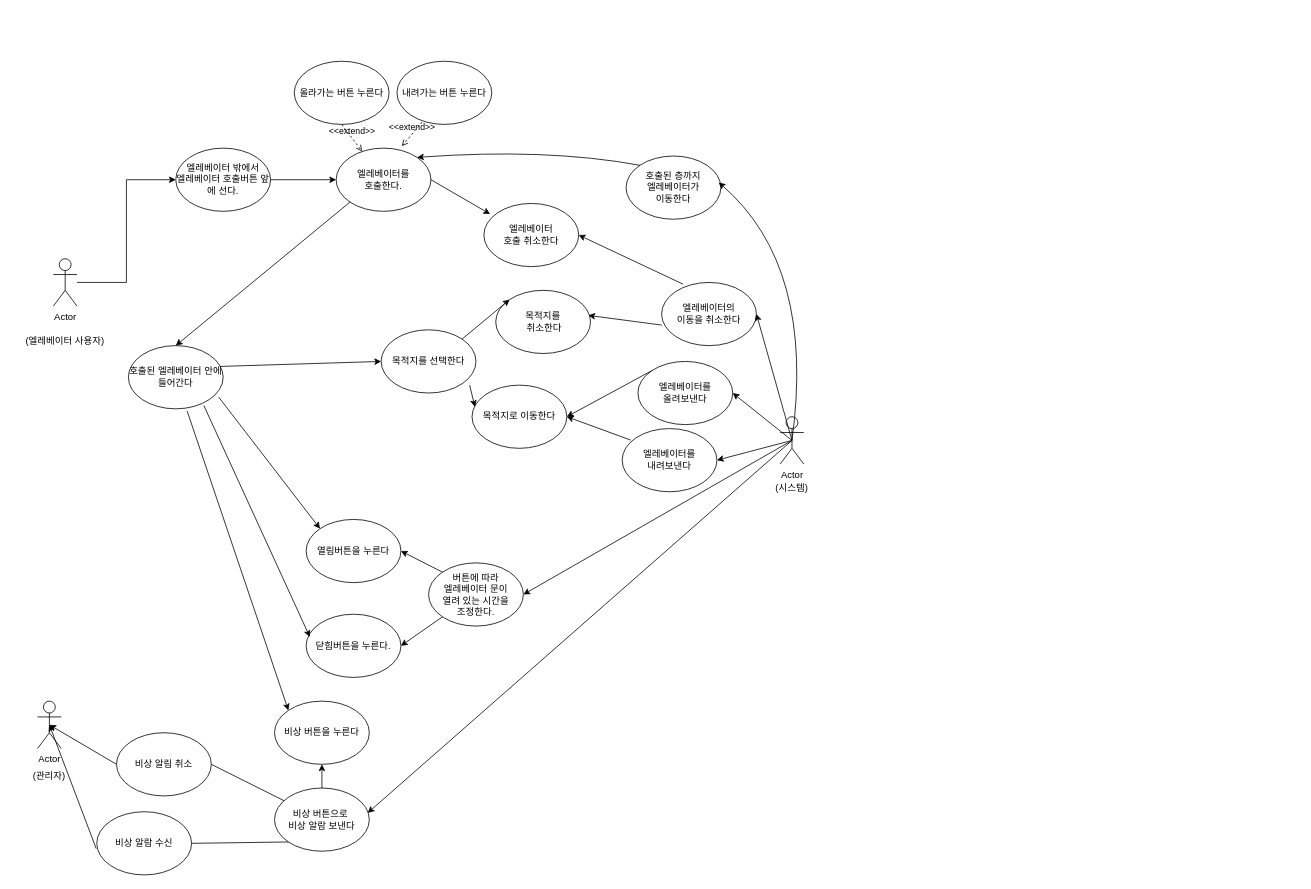
Above: 엘레베이터 요구사항(수정).drawio in doit0/usecase-diagram (draw.io), before the change. Source tidied: cells renumbered, new cells numbered last; positions are measured from the earlier drawing's top-left corner, leaving out a move shared by most shapes. Both pictures are drawn from the tidied source at 79%, with x=0, y=0 at pixel (13, 61).
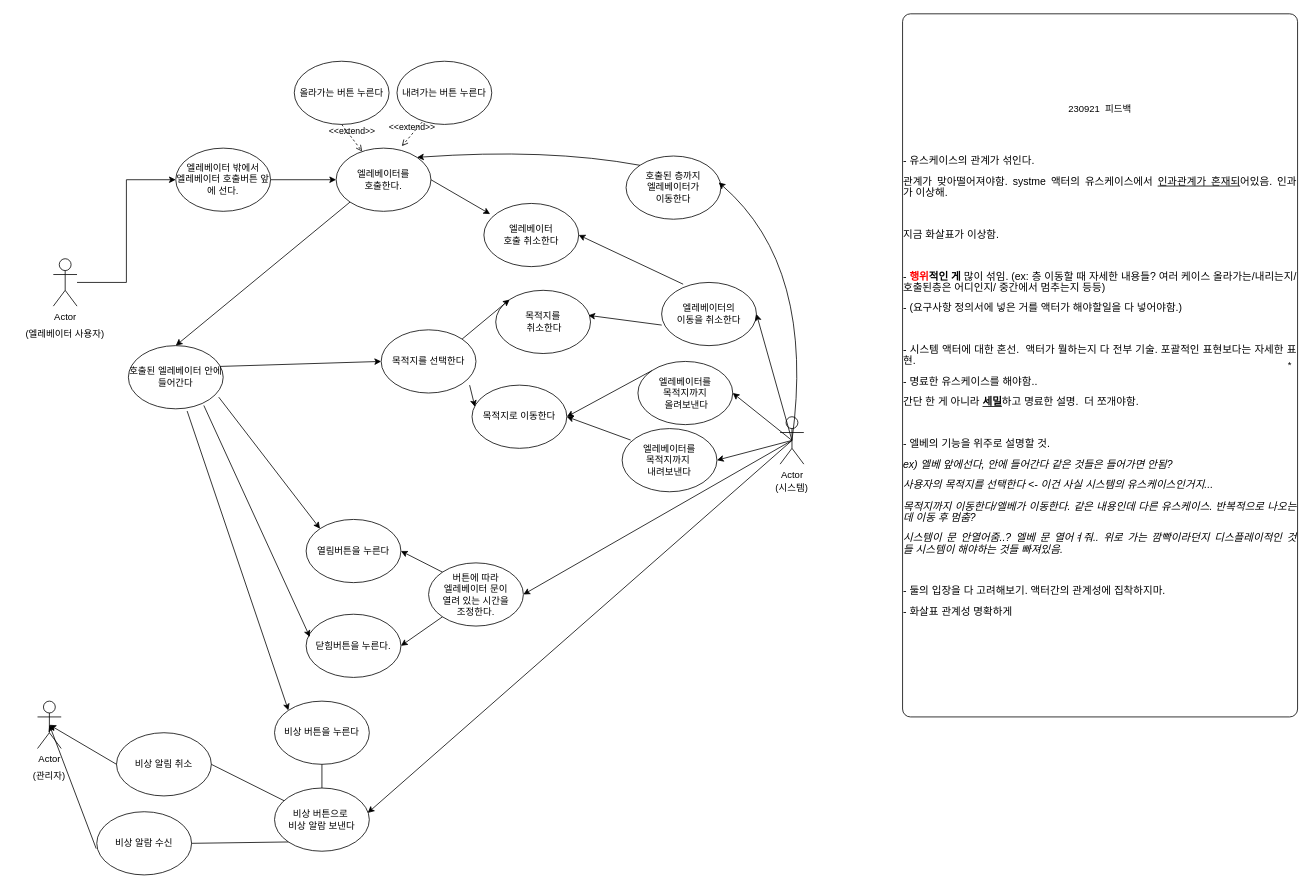
Above is the later version.

Commit message:
엘레베이터 요구사항(수정).drawio 업데이트

The change refers to these unchanged cells:
```xml
<mxCell id="14" value="비상 버튼으로&amp;nbsp;&lt;br&gt;비상 알람 보낸다" style="ellipse;whiteSpace=wrap;html=1;" parent="1" vertex="1">
  <mxGeometry x="330" y="920" width="120" height="80" as="geometry" />
</mxCell>
<mxCell id="34" value="비상 버튼을 누른다" style="ellipse;whiteSpace=wrap;html=1;" parent="1" vertex="1">
  <mxGeometry x="330" y="810" width="120" height="80" as="geometry" />
</mxCell>
```

The edit, as a diff of the source:
```diff
@@
     <mxCell id="16" value="(엘레베이터 사용자)" style="text;html=1;strokeColor=none;fillColor=none;align=center;verticalAlign=middle;whiteSpace=wrap;rounded=0;" parent="1" vertex="1">
-      <mxGeometry y="330" width="130" height="50" as="geometry" />
+      <mxGeometry y="320" width="130" height="50" as="geometry" />
     </mxCell>
@@
-    <mxCell id="28" value="엘레베이터를&lt;br&gt;올려보낸다" style="ellipse;whiteSpace=wrap;html=1;" parent="1" vertex="1">
+    <mxCell id="28" value="엘레베이터를&lt;br&gt;목적지까지&lt;br&gt;&amp;nbsp;올려보낸다" style="ellipse;whiteSpace=wrap;html=1;" parent="1" vertex="1">
       <mxGeometry x="790" y="380" width="120" height="80" as="geometry" />
     </mxCell>
-    <mxCell id="29" value="엘레베이터를&lt;br&gt;내려보낸다" style="ellipse;whiteSpace=wrap;html=1;" parent="1" vertex="1">
+    <mxCell id="29" value="엘레베이터를&lt;br&gt;목적지까지&amp;nbsp; &lt;br&gt;내려보낸다" style="ellipse;whiteSpace=wrap;html=1;" parent="1" vertex="1">
       <mxGeometry x="770" y="465" width="120" height="80" as="geometry" />
     </mxCell>
@@
-    <mxCell id="47" style="endArrow=classic;html=1;rounded=0;exitX=0.5;exitY=0;exitDx=0;exitDy=0;entryX=0.5;entryY=1;entryDx=0;entryDy=0;" parent="1" edge="1" source="14" target="34">
-      <mxGeometry relative="1" as="geometry" />
-    </mxCell>
@@
+    <mxCell id="47" style="endArrow=none;html=1;rounded=0;exitX=0.5;exitY=0;exitDx=0;exitDy=0;entryX=0.5;entryY=1;entryDx=0;entryDy=0;" parent="1" edge="1" source="14" target="34">
+      <mxGeometry relative="1" as="geometry" />
+    </mxCell>
+    <mxCell id="58" value="230921&amp;nbsp; 피드백&lt;br&gt;&lt;br&gt;&lt;p style=&quot;line-height:107.917%;margin-bottom:8pt;text-align:justify;&quot;&gt;&lt;br&gt;&lt;/p&gt;&lt;p style=&quot;line-height:107.917%;margin-bottom:8pt;text-align:justify;&quot;&gt;&lt;span style=&quot;font-family: &amp;quot;맑은 고딕&amp;quot;; font-size: 10pt; line-height: 107.917%;&quot; dir=&quot;LTR&quot; lang=&quot;en-US&quot;&gt;-&amp;nbsp;유스케이스의&amp;nbsp;관계가&amp;nbsp;섞인다.&amp;nbsp;&lt;/span&gt;&lt;/p&gt;&lt;p style=&quot;line-height:107.917%;margin-bottom:8pt;text-align:justify;&quot;&gt;&lt;span style=&quot;font-family: &amp;quot;맑은 고딕&amp;quot;; font-size: 10pt; line-height: 107.917%;&quot; dir=&quot;LTR&quot; lang=&quot;en-US&quot;&gt;관계가&amp;nbsp;맞아떨어져야함.&amp;nbsp;systme&amp;nbsp;액터의&amp;nbsp;유스케이스에서&amp;nbsp;&lt;/span&gt;&lt;span style=&quot;font-family: &amp;quot;맑은 고딕&amp;quot;; font-size: 10pt; line-height: 107.917%;&quot; dir=&quot;LTR&quot; lang=&quot;en-US&quot;&gt;&lt;u&gt;인과관계가&amp;nbsp;혼재되&lt;/u&gt;&lt;/span&gt;&lt;span style=&quot;font-family: &amp;quot;맑은 고딕&amp;quot;; font-size: 10pt; line-height: 107.917%;&quot; dir=&quot;LTR&quot; lang=&quot;en-US&quot;&gt;어있음.&amp;nbsp;인과가&amp;nbsp;이상해.&lt;/span&gt;&lt;/p&gt;&lt;p style=&quot;line-height:107.917%;margin-bottom:8pt;text-align:justify;&quot;&gt;&lt;span style=&quot;font-family: &amp;quot;맑은 고딕&amp;quot;; font-size: 10pt; line-height: 107.917%;&quot; dir=&quot;LTR&quot; lang=&quot;en-US&quot;&gt;&amp;nbsp;&lt;/span&gt;&lt;/p&gt;&lt;p style=&quot;line-height:107.917%;margin-bottom:8pt;text-align:justify;&quot;&gt;&lt;span style=&quot;font-family: &amp;quot;맑은 고딕&amp;quot;; font-size: 10pt; line-height: 107.917%;&quot; dir=&quot;LTR&quot; lang=&quot;en-US&quot;&gt;지금&amp;nbsp;화살표가&amp;nbsp;이상함.&amp;nbsp;&lt;/span&gt;&lt;/p&gt;&lt;p style=&quot;line-height:107.917%;margin-bottom:8pt;text-align:justify;&quot;&gt;&lt;span style=&quot;font-family: &amp;quot;맑은 고딕&amp;quot;; font-size: 10pt; line-height: 107.917%;&quot; dir=&quot;LTR&quot; lang=&quot;en-US&quot;&gt;&amp;nbsp;&lt;/span&gt;&lt;/p&gt;&lt;p style=&quot;line-height:107.917%;margin-bottom:8pt;text-align:justify;&quot;&gt;&lt;span style=&quot;font-family: &amp;quot;맑은 고딕&amp;quot;; font-size: 10pt; line-height: 107.917%;&quot; dir=&quot;LTR&quot; lang=&quot;en-US&quot;&gt;-&amp;nbsp;&lt;/span&gt;&lt;span style=&quot;font-family: &amp;quot;맑은 고딕&amp;quot;; font-size: 10pt; font-weight: bold; color: rgb(255, 0, 0); line-height: 107.917%;&quot; dir=&quot;LTR&quot; lang=&quot;en-US&quot;&gt;&lt;b&gt;행위&lt;/b&gt;&lt;/span&gt;&lt;span style=&quot;font-family: &amp;quot;맑은 고딕&amp;quot;; font-size: 10pt; font-weight: bold; line-height: 107.917%;&quot; dir=&quot;LTR&quot; lang=&quot;en-US&quot;&gt;&lt;b&gt;적인&amp;nbsp;게&lt;/b&gt;&lt;/span&gt;&lt;span style=&quot;font-family: &amp;quot;맑은 고딕&amp;quot;; font-size: 10pt; line-height: 107.917%;&quot; dir=&quot;LTR&quot; lang=&quot;en-US&quot;&gt;&amp;nbsp;많이&amp;nbsp;섞임.&amp;nbsp;(ex:&amp;nbsp;층&amp;nbsp;이동할&amp;nbsp;때&amp;nbsp;자세한&amp;nbsp;내용들?&amp;nbsp;여러&amp;nbsp;케이스&amp;nbsp;올라가는/내리는지/호출된층은&amp;nbsp;어디인지/&amp;nbsp;중간에서&amp;nbsp;멈추는지&amp;nbsp;등등)&lt;/span&gt;&lt;/p&gt;&lt;p style=&quot;line-height:107.917%;margin-bottom:8pt;text-align:justify;&quot;&gt;&lt;span style=&quot;font-family: &amp;quot;맑은 고딕&amp;quot;; font-size: 10pt; line-height: 107.917%;&quot; dir=&quot;LTR&quot; lang=&quot;en-US&quot;&gt;-&amp;nbsp;&lt;/span&gt;&lt;span style=&quot;font-family: &amp;quot;맑은 고딕&amp;quot;; font-size: 10pt; line-height: 107.917%;&quot; dir=&quot;LTR&quot; lang=&quot;en-US&quot;&gt;(요구사항&amp;nbsp;정의서에&amp;nbsp;넣은&amp;nbsp;거를&amp;nbsp;액터가&amp;nbsp;해야할일을&amp;nbsp;다&amp;nbsp;넣어야함.)&lt;/span&gt;&lt;/p&gt;&lt;p style=&quot;line-height:107.917%;margin-bottom:8pt;text-align:justify;&quot;&gt;&lt;span style=&quot;font-family: &amp;quot;맑은 고딕&amp;quot;; font-size: 10pt; line-height: 107.917%;&quot; dir=&quot;LTR&quot; lang=&quot;en-US&quot;&gt;&amp;nbsp;&lt;/span&gt;&lt;/p&gt;&lt;p style=&quot;line-height:107.917%;margin-bottom:8pt;text-align:justify;&quot;&gt;&lt;span style=&quot;font-family: &amp;quot;맑은 고딕&amp;quot;; font-size: 10pt; line-height: 107.917%;&quot; dir=&quot;LTR&quot; lang=&quot;en-US&quot;&gt;-&amp;nbsp;시스템&amp;nbsp;액터에&amp;nbsp;대한&amp;nbsp;혼선.&amp;nbsp;&amp;nbsp;액터가&amp;nbsp;뭘하는지&amp;nbsp;다&amp;nbsp;전부&amp;nbsp;기술.&amp;nbsp;포괄적인&amp;nbsp;표현보다는&amp;nbsp;자세한&amp;nbsp;표현.&lt;/span&gt;&lt;/p&gt;&lt;p style=&quot;line-height:107.917%;margin-bottom:8pt;text-align:justify;&quot;&gt;&lt;span style=&quot;font-family: &amp;quot;맑은 고딕&amp;quot;; font-size: 10pt; line-height: 107.917%;&quot; dir=&quot;LTR&quot; lang=&quot;en-US&quot;&gt;-&amp;nbsp;명료한&amp;nbsp;유스케이스를&amp;nbsp;해야함..&lt;/span&gt;&lt;/p&gt;&lt;p style=&quot;line-height:107.917%;margin-bottom:8pt;text-align:justify;&quot;&gt;&lt;span style=&quot;font-family: &amp;quot;맑은 고딕&amp;quot;; font-size: 10pt; line-height: 107.917%;&quot; dir=&quot;LTR&quot; lang=&quot;en-US&quot;&gt;간단&amp;nbsp;한&amp;nbsp;게&amp;nbsp;아니라&amp;nbsp;&lt;/span&gt;&lt;span style=&quot;font-family: &amp;quot;맑은 고딕&amp;quot;; font-size: 10pt; font-weight: bold; line-height: 107.917%;&quot; dir=&quot;LTR&quot; lang=&quot;en-US&quot;&gt;&lt;b&gt;&lt;u&gt;세밀&lt;/u&gt;&lt;/b&gt;&lt;/span&gt;&lt;span style=&quot;font-family: &amp;quot;맑은 고딕&amp;quot;; font-size: 10pt; line-height: 107.917%;&quot; dir=&quot;LTR&quot; lang=&quot;en-US&quot;&gt;하고&amp;nbsp;명료한&amp;nbsp;설명.&amp;nbsp;&amp;nbsp;더&amp;nbsp;쪼개야함.&lt;/span&gt;&lt;/p&gt;&lt;p style=&quot;line-height:107.917%;margin-bottom:8pt;text-align:justify;&quot;&gt;&lt;span style=&quot;font-family: &amp;quot;맑은 고딕&amp;quot;; font-size: 10pt; line-height: 107.917%;&quot; dir=&quot;LTR&quot; lang=&quot;en-US&quot;&gt;&amp;nbsp;&lt;/span&gt;&lt;/p&gt;&lt;p style=&quot;line-height:107.917%;margin-bottom:8pt;text-align:justify;&quot;&gt;&lt;span style=&quot;font-family: &amp;quot;맑은 고딕&amp;quot;; font-size: 10pt; line-height: 107.917%;&quot; dir=&quot;LTR&quot; lang=&quot;en-US&quot;&gt;-&amp;nbsp;엘베의&amp;nbsp;기능을&amp;nbsp;위주로&amp;nbsp;설명할&amp;nbsp;것.&lt;/span&gt;&lt;/p&gt;&lt;p style=&quot;line-height:107.917%;margin-bottom:8pt;text-align:justify;&quot;&gt;&lt;span style=&quot;font-family: &amp;quot;맑은 고딕&amp;quot;; font-size: 10pt; font-style: italic; line-height: 107.917%;&quot; dir=&quot;LTR&quot; lang=&quot;en-US&quot;&gt;&lt;i&gt;ex)&amp;nbsp;엘베&amp;nbsp;앞에선다,&amp;nbsp;안에&amp;nbsp;들어간다&amp;nbsp;같은&amp;nbsp;것들은&amp;nbsp;들어가면&amp;nbsp;안됨?&lt;/i&gt;&lt;/span&gt;&lt;/p&gt;&lt;p style=&quot;line-height:107.917%;margin-bottom:8pt;text-align:justify;&quot;&gt;&lt;span style=&quot;font-family: &amp;quot;맑은 고딕&amp;quot;; font-size: 10pt; font-style: italic; line-height: 107.917%;&quot; dir=&quot;LTR&quot; lang=&quot;en-US&quot;&gt;&lt;i&gt;사용자의&amp;nbsp;목적지를&amp;nbsp;선택한다&amp;nbsp;&amp;lt;-&amp;nbsp;이건&amp;nbsp;사실&amp;nbsp;시스템의&amp;nbsp;유스케이스인거지...&lt;/i&gt;&lt;/span&gt;&lt;/p&gt;&lt;p style=&quot;line-height:107.917%;margin-bottom:8pt;text-align:justify;&quot;&gt;&lt;span style=&quot;font-family: &amp;quot;맑은 고딕&amp;quot;; font-size: 10pt; font-style: italic; line-height: 107.917%;&quot; dir=&quot;LTR&quot; lang=&quot;en-US&quot;&gt;&lt;i&gt;목적지까지&amp;nbsp;이동한다/엘베가&amp;nbsp;이동한다.&amp;nbsp;같은&amp;nbsp;내용인데&amp;nbsp;다른&amp;nbsp;유스케이스.&amp;nbsp;반복적으로&amp;nbsp;나오는데&amp;nbsp;이동&amp;nbsp;후&amp;nbsp;멈춤?&amp;nbsp;&lt;/i&gt;&lt;/span&gt;&lt;/p&gt;&lt;p style=&quot;line-height:107.917%;margin-bottom:8pt;text-align:justify;&quot;&gt;&lt;span style=&quot;font-family: &amp;quot;맑은 고딕&amp;quot;; font-size: 10pt; font-style: italic; line-height: 107.917%;&quot; dir=&quot;LTR&quot; lang=&quot;en-US&quot;&gt;&lt;i&gt;시스템이&amp;nbsp;문&amp;nbsp;안열어줌..?&amp;nbsp;엘베&amp;nbsp;문&amp;nbsp;열어ㅕ줘..&amp;nbsp;위로&amp;nbsp;가는&amp;nbsp;깜빡이라던지&amp;nbsp;디스플레이적인&amp;nbsp;것들&amp;nbsp;시스템이&amp;nbsp;해야하는&amp;nbsp;것들&amp;nbsp;빠져있음.&amp;nbsp;&lt;/i&gt;&lt;/span&gt;&lt;/p&gt;&lt;p style=&quot;line-height:107.917%;margin-bottom:8pt;text-align:justify;&quot;&gt;&lt;span style=&quot;font-family: &amp;quot;맑은 고딕&amp;quot;; font-size: 10pt; line-height: 107.917%;&quot; dir=&quot;LTR&quot; lang=&quot;en-US&quot;&gt;&amp;nbsp;&lt;/span&gt;&lt;/p&gt;&lt;p style=&quot;line-height:107.917%;margin-bottom:8pt;text-align:justify;&quot;&gt;&lt;span style=&quot;font-family: &amp;quot;맑은 고딕&amp;quot;; font-size: 10pt; line-height: 107.917%;&quot; dir=&quot;LTR&quot; lang=&quot;en-US&quot;&gt;-&amp;nbsp;둘의&amp;nbsp;입장을&amp;nbsp;다&amp;nbsp;고려해보기.&amp;nbsp;액터간의&amp;nbsp;관계성에&amp;nbsp;집착하지마.&lt;/span&gt;&lt;/p&gt;&lt;p style=&quot;text-align:justify;&quot;&gt;&lt;span style=&quot;font-family: &amp;quot;맑은 고딕&amp;quot;; font-size: 10pt; line-height: 107.917%;&quot; dir=&quot;LTR&quot; lang=&quot;en-US&quot;&gt;-&amp;nbsp;화살표&amp;nbsp;관계성&amp;nbsp;명확하게&lt;/span&gt;&lt;/p&gt;" style="html=1;dashed=0;rounded=1;absoluteArcSize=1;arcSize=20;verticalAlign=middle;align=center;whiteSpace=wrap;" parent="1" vertex="1">
+      <mxGeometry x="1125" y="-60" width="500" height="890" as="geometry" />
+    </mxCell>
+    <mxCell id="59" value="*" style="text;verticalAlign=middle;align=center;html=1;" parent="58" vertex="1">
+      <mxGeometry x="1" y="0.5" width="20" height="20" relative="1" as="geometry">
+        <mxPoint x="-20" y="-10" as="offset" />
+      </mxGeometry>
+    </mxCell>
```
